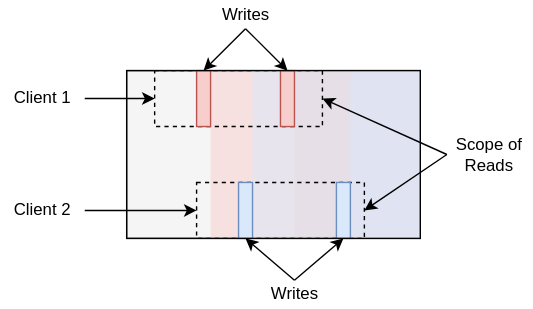
Earlier version of the draw.io export assets/images/acid/scattered-writes.svg (TheCandidStartup/TheCandidStartup.github.io). Source tidied: cells renumbered, new cells last; positions are measured from the earlier drawing's top-left corner, leaving out a move shared by most shapes. The source it was exported from:
```xml
<mxGraphModel>
  <root>
    <mxCell id="0" />
    <mxCell id="1" parent="0" />
    <mxCell id="2" style="rounded=0;whiteSpace=wrap;html=1;fillColor=#f5f5f5;fontColor=#333333;strokeColor=#666666;" parent="1" vertex="1">
      <mxGeometry x="90" y="50" width="210" height="120" as="geometry" />
    </mxCell>
    <mxCell id="3" style="rounded=0;whiteSpace=wrap;html=1;strokeColor=none;fillColor=#f8cecc;opacity=50;" parent="1" vertex="1">
      <mxGeometry x="150" y="50" width="150" height="120" as="geometry" />
    </mxCell>
    <mxCell id="4" style="rounded=0;whiteSpace=wrap;html=1;strokeColor=none;fillColor=#f8cecc;opacity=50;" parent="1" vertex="1">
      <mxGeometry x="210" y="50" width="90" height="120" as="geometry" />
    </mxCell>
    <mxCell id="5" style="rounded=0;whiteSpace=wrap;html=1;strokeColor=none;fillColor=#dae8fc;opacity=50;" parent="1" vertex="1">
      <mxGeometry x="180" y="50" width="120" height="120" as="geometry" />
    </mxCell>
    <mxCell id="6" style="rounded=0;whiteSpace=wrap;html=1;strokeColor=none;fillColor=#dae8fc;opacity=50;" parent="1" vertex="1">
      <mxGeometry x="250" y="50" width="50" height="120" as="geometry" />
    </mxCell>
    <mxCell id="7" style="edgeStyle=orthogonalEdgeStyle;rounded=0;jettySize=auto;html=1;exitX=1;exitY=0.5;exitDx=0;exitDy=0;entryX=0;entryY=0.5;entryDx=0;entryDy=0;" parent="1" edge="1" source="8" target="11">
      <mxGeometry relative="1" as="geometry" />
    </mxCell>
    <mxCell id="8" value="Client 1" style="text;html=1;strokeColor=none;fillColor=none;align=center;verticalAlign=middle;whiteSpace=wrap;rounded=0;" parent="1" vertex="1">
      <mxGeometry y="50" width="60" height="40" as="geometry" />
    </mxCell>
    <mxCell id="9" style="edgeStyle=orthogonalEdgeStyle;rounded=0;jettySize=auto;html=1;exitX=1;exitY=0.5;exitDx=0;exitDy=0;entryX=0;entryY=0.5;entryDx=0;entryDy=0;" parent="1" edge="1" source="10" target="14">
      <mxGeometry relative="1" as="geometry" />
    </mxCell>
    <mxCell id="10" value="Client 2" style="text;html=1;strokeColor=none;fillColor=none;align=center;verticalAlign=middle;whiteSpace=wrap;rounded=0;" parent="1" vertex="1">
      <mxGeometry y="130" width="60" height="40" as="geometry" />
    </mxCell>
    <mxCell id="11" style="rounded=0;whiteSpace=wrap;html=1;dashed=1;fillColor=none;" parent="1" vertex="1">
      <mxGeometry x="110" y="50" width="120" height="40" as="geometry" />
    </mxCell>
    <mxCell id="12" style="rounded=0;whiteSpace=wrap;html=1;fillColor=#f8cecc;strokeColor=#b85450;" parent="1" vertex="1">
      <mxGeometry x="140" y="50" width="10" height="40" as="geometry" />
    </mxCell>
    <mxCell id="13" style="rounded=0;whiteSpace=wrap;html=1;fillColor=#f8cecc;strokeColor=#b85450;" parent="1" vertex="1">
      <mxGeometry x="200" y="50" width="10" height="40" as="geometry" />
    </mxCell>
    <mxCell id="14" style="rounded=0;whiteSpace=wrap;html=1;dashed=1;fillColor=none;" parent="1" vertex="1">
      <mxGeometry x="140" y="130" width="120" height="40" as="geometry" />
    </mxCell>
    <mxCell id="15" style="rounded=0;whiteSpace=wrap;html=1;fillColor=#dae8fc;strokeColor=#6c8ebf;" parent="1" vertex="1">
      <mxGeometry x="170" y="130" width="10" height="40" as="geometry" />
    </mxCell>
    <mxCell id="16" style="rounded=0;whiteSpace=wrap;html=1;fillColor=#dae8fc;strokeColor=#6c8ebf;" parent="1" vertex="1">
      <mxGeometry x="240" y="130" width="10" height="40" as="geometry" />
    </mxCell>
    <mxCell id="17" style="edgeStyle=none;rounded=0;jettySize=auto;html=1;exitX=0.5;exitY=1;exitDx=0;exitDy=0;entryX=0.5;entryY=0;entryDx=0;entryDy=0;" parent="1" edge="1" source="19" target="12">
      <mxGeometry relative="1" as="geometry" />
    </mxCell>
    <mxCell id="18" style="edgeStyle=none;rounded=0;jettySize=auto;html=1;exitX=0.5;exitY=1;exitDx=0;exitDy=0;entryX=0.5;entryY=0;entryDx=0;entryDy=0;" parent="1" edge="1" source="19" target="13">
      <mxGeometry relative="1" as="geometry" />
    </mxCell>
    <mxCell id="19" value="Writes" style="text;html=1;strokeColor=none;fillColor=none;align=center;verticalAlign=middle;whiteSpace=wrap;rounded=0;" parent="1" vertex="1">
      <mxGeometry x="157.5" width="35" height="20" as="geometry" />
    </mxCell>
    <mxCell id="20" style="edgeStyle=none;rounded=0;jettySize=auto;html=1;exitX=0.5;exitY=0;exitDx=0;exitDy=0;entryX=0.5;entryY=1;entryDx=0;entryDy=0;" parent="1" edge="1" source="22" target="15">
      <mxGeometry relative="1" as="geometry" />
    </mxCell>
    <mxCell id="21" style="edgeStyle=none;rounded=0;jettySize=auto;html=1;exitX=0.5;exitY=0;exitDx=0;exitDy=0;entryX=0.5;entryY=1;entryDx=0;entryDy=0;" parent="1" edge="1" source="22" target="16">
      <mxGeometry relative="1" as="geometry" />
    </mxCell>
    <mxCell id="22" value="Writes" style="text;html=1;strokeColor=none;fillColor=none;align=center;verticalAlign=middle;whiteSpace=wrap;rounded=0;" parent="1" vertex="1">
      <mxGeometry x="192.5" y="200" width="35" height="20" as="geometry" />
    </mxCell>
    <mxCell id="23" style="edgeStyle=none;rounded=0;jettySize=auto;html=1;exitX=0;exitY=0.5;exitDx=0;exitDy=0;entryX=1;entryY=0.5;entryDx=0;entryDy=0;" parent="1" edge="1" source="25" target="11">
      <mxGeometry relative="1" as="geometry" />
    </mxCell>
    <mxCell id="24" style="edgeStyle=none;rounded=0;jettySize=auto;html=1;exitX=0;exitY=0.5;exitDx=0;exitDy=0;entryX=1;entryY=0.5;entryDx=0;entryDy=0;" parent="1" edge="1" source="25" target="14">
      <mxGeometry relative="1" as="geometry" />
    </mxCell>
    <mxCell id="25" value="Scope of Reads" style="text;html=1;strokeColor=none;fillColor=none;align=center;verticalAlign=middle;whiteSpace=wrap;rounded=0;" parent="1" vertex="1">
      <mxGeometry x="319" y="90" width="61" height="40" as="geometry" />
    </mxCell>
    <mxCell id="26" style="rounded=0;whiteSpace=wrap;html=1;fillColor=none;" parent="1" vertex="1">
      <mxGeometry x="90" y="50" width="210" height="120" as="geometry" />
    </mxCell>
  </root>
</mxGraphModel>
```
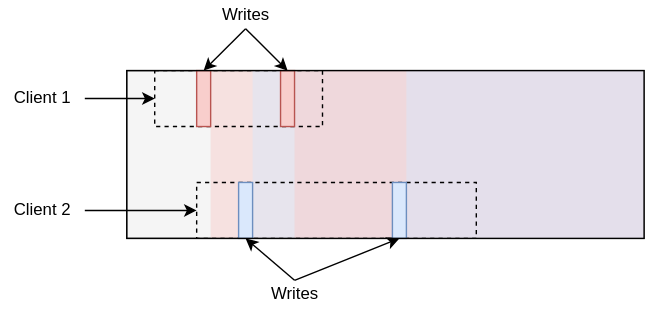
After the commit.

What changed in the source:
```diff
@@ -3,19 +3,19 @@
     <mxCell id="0" />
     <mxCell id="1" parent="0" />
     <mxCell id="2" style="rounded=0;whiteSpace=wrap;html=1;fillColor=#f5f5f5;fontColor=#333333;strokeColor=#666666;" parent="1" vertex="1">
-      <mxGeometry x="90" y="50" width="210" height="120" as="geometry" />
+      <mxGeometry x="90" y="50" width="370" height="120" as="geometry" />
     </mxCell>
     <mxCell id="3" style="rounded=0;whiteSpace=wrap;html=1;strokeColor=none;fillColor=#f8cecc;opacity=50;" parent="1" vertex="1">
-      <mxGeometry x="150" y="50" width="150" height="120" as="geometry" />
+      <mxGeometry x="150" y="50" width="310" height="120" as="geometry" />
     </mxCell>
+    <mxCell id="5" style="rounded=0;whiteSpace=wrap;html=1;strokeColor=none;fillColor=#dae8fc;opacity=50;" parent="1" vertex="1">
+      <mxGeometry x="180" y="50" width="280" height="120" as="geometry" />
+    </mxCell>
     <mxCell id="4" style="rounded=0;whiteSpace=wrap;html=1;strokeColor=none;fillColor=#f8cecc;opacity=50;" parent="1" vertex="1">
-      <mxGeometry x="210" y="50" width="90" height="120" as="geometry" />
+      <mxGeometry x="210" y="50" width="250" height="120" as="geometry" />
     </mxCell>
-    <mxCell id="5" style="rounded=0;whiteSpace=wrap;html=1;strokeColor=none;fillColor=#dae8fc;opacity=50;" parent="1" vertex="1">
-      <mxGeometry x="180" y="50" width="120" height="120" as="geometry" />
-    </mxCell>
     <mxCell id="6" style="rounded=0;whiteSpace=wrap;html=1;strokeColor=none;fillColor=#dae8fc;opacity=50;" parent="1" vertex="1">
-      <mxGeometry x="250" y="50" width="50" height="120" as="geometry" />
+      <mxGeometry x="290" y="50" width="170" height="120" as="geometry" />
     </mxCell>
     <mxCell id="7" style="edgeStyle=orthogonalEdgeStyle;rounded=0;jettySize=auto;html=1;exitX=1;exitY=0.5;exitDx=0;exitDy=0;entryX=0;entryY=0.5;entryDx=0;entryDy=0;" parent="1" edge="1" source="8" target="11">
       <mxGeometry relative="1" as="geometry" />
@@ -39,13 +39,13 @@
       <mxGeometry x="200" y="50" width="10" height="40" as="geometry" />
     </mxCell>
     <mxCell id="14" style="rounded=0;whiteSpace=wrap;html=1;dashed=1;fillColor=none;" parent="1" vertex="1">
-      <mxGeometry x="140" y="130" width="120" height="40" as="geometry" />
+      <mxGeometry x="140" y="130" width="200" height="40" as="geometry" />
     </mxCell>
     <mxCell id="15" style="rounded=0;whiteSpace=wrap;html=1;fillColor=#dae8fc;strokeColor=#6c8ebf;" parent="1" vertex="1">
       <mxGeometry x="170" y="130" width="10" height="40" as="geometry" />
     </mxCell>
     <mxCell id="16" style="rounded=0;whiteSpace=wrap;html=1;fillColor=#dae8fc;strokeColor=#6c8ebf;" parent="1" vertex="1">
-      <mxGeometry x="240" y="130" width="10" height="40" as="geometry" />
+      <mxGeometry x="280" y="130" width="10" height="40" as="geometry" />
     </mxCell>
     <mxCell id="17" style="edgeStyle=none;rounded=0;jettySize=auto;html=1;exitX=0.5;exitY=1;exitDx=0;exitDy=0;entryX=0.5;entryY=0;entryDx=0;entryDy=0;" parent="1" edge="1" source="19" target="12">
       <mxGeometry relative="1" as="geometry" />
@@ -65,17 +65,8 @@
     <mxCell id="22" value="Writes" style="text;html=1;strokeColor=none;fillColor=none;align=center;verticalAlign=middle;whiteSpace=wrap;rounded=0;" parent="1" vertex="1">
       <mxGeometry x="192.5" y="200" width="35" height="20" as="geometry" />
     </mxCell>
-    <mxCell id="23" style="edgeStyle=none;rounded=0;jettySize=auto;html=1;exitX=0;exitY=0.5;exitDx=0;exitDy=0;entryX=1;entryY=0.5;entryDx=0;entryDy=0;" parent="1" edge="1" source="25" target="11">
-      <mxGeometry relative="1" as="geometry" />
-    </mxCell>
-    <mxCell id="24" style="edgeStyle=none;rounded=0;jettySize=auto;html=1;exitX=0;exitY=0.5;exitDx=0;exitDy=0;entryX=1;entryY=0.5;entryDx=0;entryDy=0;" parent="1" edge="1" source="25" target="14">
-      <mxGeometry relative="1" as="geometry" />
-    </mxCell>
-    <mxCell id="25" value="Scope of Reads" style="text;html=1;strokeColor=none;fillColor=none;align=center;verticalAlign=middle;whiteSpace=wrap;rounded=0;" parent="1" vertex="1">
-      <mxGeometry x="319" y="90" width="61" height="40" as="geometry" />
-    </mxCell>
     <mxCell id="26" style="rounded=0;whiteSpace=wrap;html=1;fillColor=none;" parent="1" vertex="1">
-      <mxGeometry x="90" y="50" width="210" height="120" as="geometry" />
+      <mxGeometry x="90" y="50" width="370" height="120" as="geometry" />
     </mxCell>
   </root>
 </mxGraphModel>
```
